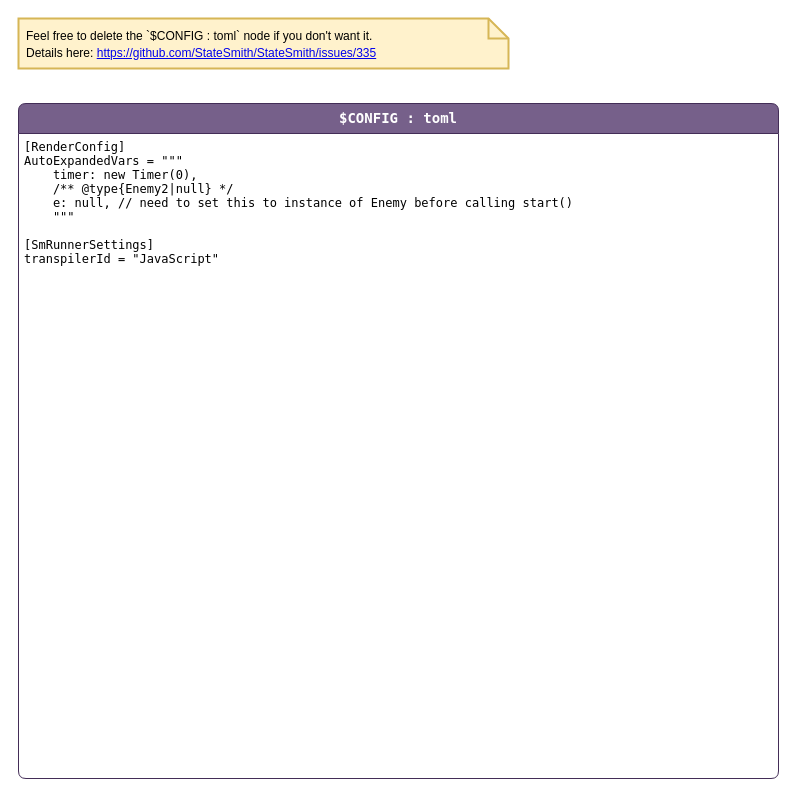
Before: page "config" (2 of 3) of enemy2/Enemy2Sm.drawio in adamfk/game-fsm-examples, a draw.io diagram. Source tidied: cells renumbered, new cells numbered last; positions are measured from the earlier drawing's top-left corner, leaving out a move shared by most shapes. Both pictures are drawn from the tidied source at 100%, with x=0, y=0 at pixel (18, 18).
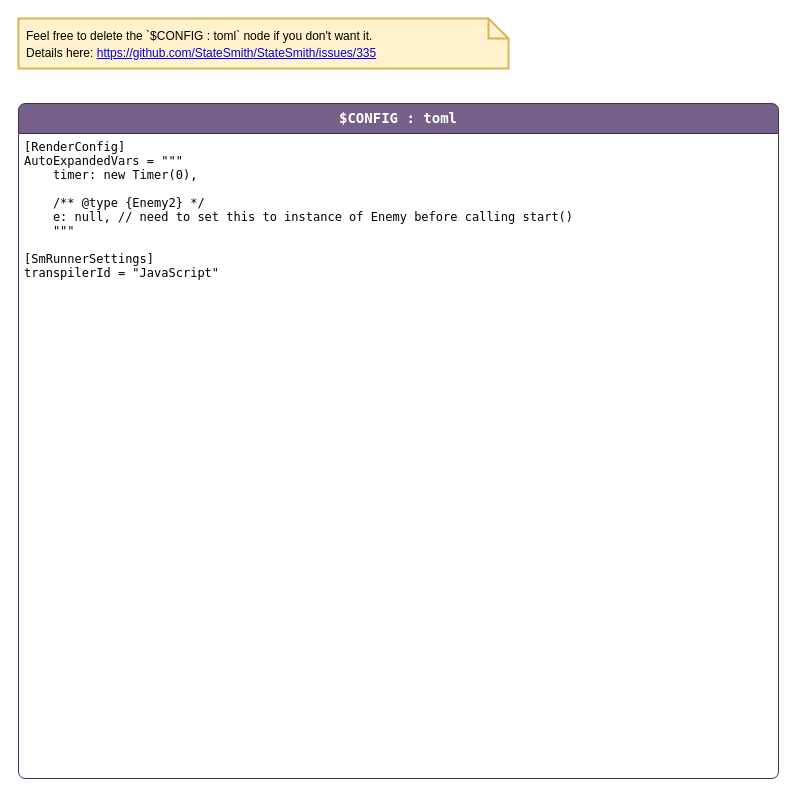
After the change.

The edit, as a diff of the source:
```diff
@@
 <mxGraphModel>
   <root>
     <mxCell id="0" />
     <mxCell id="1" parent="0" />
     <mxCell id="2" value="$CONFIG : toml" style="shape=swimlane;align=center;verticalAlign=top;fontFamily=Lucida Console;startSize=30;fontSize=14;fontStyle=1;swimlaneFillColor=default;rounded=1;arcSize=15;absoluteArcSize=1;fillColor=#76608a;strokeColor=#432D57;fontColor=#ffffff;" parent="1" vertex="1">
       <mxGeometry y="85" width="760" height="675" as="geometry" />
     </mxCell>
-    <mxCell id="3" value="[RenderConfig]&#10;AutoExpandedVars = &quot;&quot;&quot;&#10;    timer: new Timer(0),&#10;    /** @type{Enemy2|null} */&#10;    e: null, // need to set this to instance of Enemy before calling start()&#10;    &quot;&quot;&quot;&#10;&#10;[SmRunnerSettings]&#10;transpilerId = &quot;JavaScript&quot;" style="fontFamily=Lucida Console;align=left;verticalAlign=top;fillColor=none;gradientColor=none;strokeColor=none;rounded=0;spacingLeft=4;" parent="2" vertex="1">
-      <mxGeometry y="30" width="580" height="140" as="geometry" />
+    <mxCell id="3" value="[RenderConfig]&#10;AutoExpandedVars = &quot;&quot;&quot;&#10;    timer: new Timer(0),&#10;&#10;    /** @type {Enemy2} */&#10;    e: null, // need to set this to instance of Enemy before calling start()&#10;    &quot;&quot;&quot;&#10;&#10;[SmRunnerSettings]&#10;transpilerId = &quot;JavaScript&quot;" style="fontFamily=Lucida Console;align=left;verticalAlign=top;fillColor=none;gradientColor=none;strokeColor=none;rounded=0;spacingLeft=4;" parent="2" vertex="1">
+      <mxGeometry y="30" width="580" height="160" as="geometry" />
     </mxCell>
     <mxCell id="4" value="&lt;span style=&quot;color: rgb(0, 0, 0); font-size: 12px;&quot;&gt;Feel free to delete the `$CONFIG : toml` node if you don't want it.&lt;/span&gt;&lt;br style=&quot;color: rgb(0, 0, 0); font-size: 12px;&quot;&gt;&lt;span style=&quot;color: rgb(0, 0, 0); font-size: 12px;&quot;&gt;Details here:&amp;nbsp;&lt;/span&gt;&lt;a style=&quot;font-size: 12px;&quot; href=&quot;https://github.com/StateSmith/StateSmith/issues/335&quot;&gt;https://github.com/StateSmith/StateSmith/issues/335&lt;/a&gt;" style="shape=note;strokeWidth=2;fontSize=14;size=20;whiteSpace=wrap;html=1;fillColor=#fff2cc;strokeColor=#d6b656;fontColor=#2B2B00;align=left;spacingLeft=6;" parent="1" vertex="1">
       <mxGeometry width="490" height="50" as="geometry" />
     </mxCell>
   </root>
 </mxGraphModel>
```
